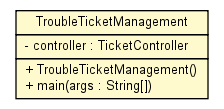
Above: doc/de/articmodding/TroubleTicket/TroubleTicketManagement.png in Dr4K4n/TroubleTicketManagement (Graphviz), before the change. Its source is kept beside it as doc/de/articmodding/TroubleTicket/TroubleTicketManagement.dot.
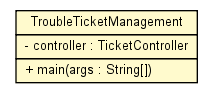
After the change.

Change to the diagram source:
```diff
@@ -12,7 +12,6 @@
 <tr><td align="left" balign="left"> - controller : TicketController </td></tr>
 		</table></td></tr>
 		<tr><td><table border="0" cellspacing="0" cellpadding="1">
-<tr><td align="left" balign="left"> + TroubleTicketManagement() </td></tr>
 <tr><td align="left" balign="left"> + main(args : String[]) </td></tr>
 		</table></td></tr>
 		</table>>, URL="./TroubleTicketManagement.html", fontname="Helvetica", fontcolor="black", fontsize=10.0];
```
